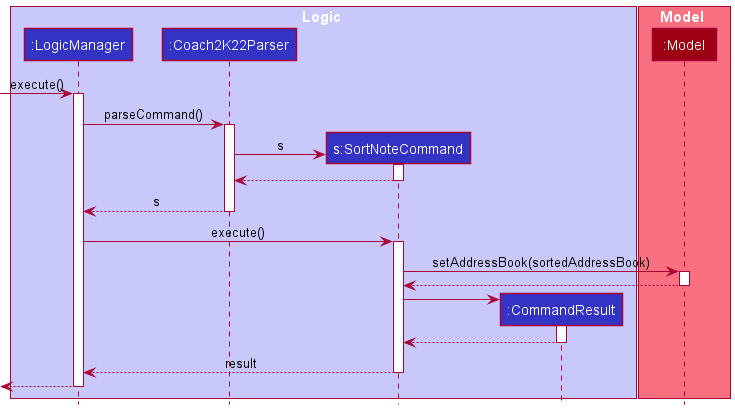
This is docs/images/SortNoteSequenceDiagram.png from simjunheng/tp, a PlantUML export, as it was before one commit.
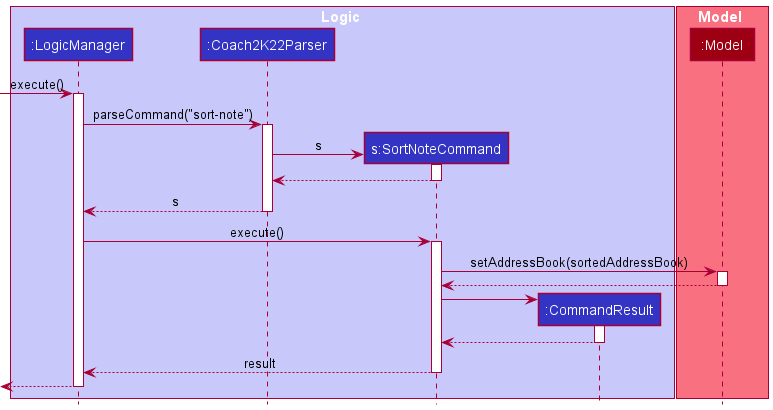
After the commit.

Commit message:
Add implementation of Load Court to User Guide, including sequence diag.

Diff of the diagram source:
```diff
@@ -15,7 +15,7 @@
 [-> LogicManager : execute()
 activate LogicManager
 
-LogicManager -> Coach2K22Parser : parseCommand()
+LogicManager -> Coach2K22Parser : parseCommand("sort-note")
 activate Coach2K22Parser
 
 create SortNoteCommand
```
